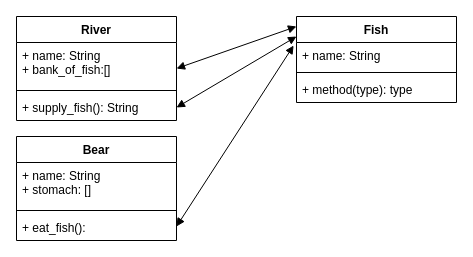
Before: homework.drawio in rumrog/w02d2_ruby_bear_river_fish, a draw.io diagram. Source tidied: cells renumbered, new cells numbered last; positions are measured from the earlier drawing's top-left corner, leaving out a move shared by most shapes. Both pictures are drawn from the tidied source at 100%, with x=0, y=0 at pixel (16, 16).
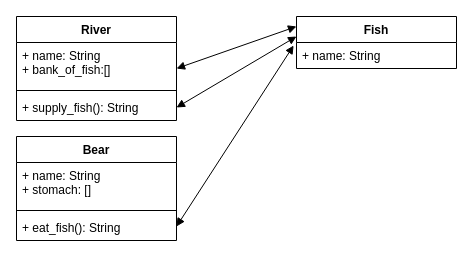
Above is the later version.

Commit message (it also covers changes not shown here):
RiverTest#03 test_add_fish_to_river PASS

Diff of the diagram source:
```diff
@@
 <mxGraphModel>
   <root>
     <mxCell id="0" />
     <mxCell id="1" parent="0" />
     <mxCell id="2" value="River" style="swimlane;fontStyle=1;align=center;verticalAlign=top;horizontal=1;startSize=26;" parent="1" vertex="1">
       <mxGeometry width="160" height="104" as="geometry" />
     </mxCell>
     <mxCell id="3" style="endArrow=block;startArrow=block;endFill=1;startFill=1;html=1;exitX=1;exitY=0.5;exitDx=0;exitDy=0;" parent="2" edge="1" source="6">
       <mxGeometry relative="1" as="geometry">
         <mxPoint x="280" y="20" as="targetPoint" />
       </mxGeometry>
     </mxCell>
     <mxCell id="4" value="+ name: String&#10;+ bank_of_fish:[]" style="text;strokeColor=none;fillColor=none;align=left;verticalAlign=top;spacingLeft=4;spacingRight=4;overflow=hidden;" parent="2" vertex="1">
       <mxGeometry y="26" width="160" height="44" as="geometry" />
     </mxCell>
     <mxCell id="5" style="line;strokeWidth=1;fillColor=none;align=left;verticalAlign=middle;spacingTop=-1;spacingLeft=3;spacingRight=3;labelPosition=right;" parent="2" vertex="1">
       <mxGeometry y="70" width="160" height="8" as="geometry" />
     </mxCell>
     <mxCell id="6" value="+ supply_fish(): String" style="text;strokeColor=none;fillColor=none;align=left;verticalAlign=top;spacingLeft=4;spacingRight=4;overflow=hidden;points=[[0,0.5],[1,0.5]];portConstraint=eastwest;" parent="2" vertex="1">
       <mxGeometry y="78" width="160" height="26" as="geometry" />
     </mxCell>
     <mxCell id="7" value="Fish" style="swimlane;fontStyle=1;align=center;verticalAlign=top;horizontal=1;startSize=26;" parent="1" vertex="1">
-      <mxGeometry x="280" width="160" height="86" as="geometry" />
+      <mxGeometry x="280" width="160" height="52" as="geometry" />
     </mxCell>
     <mxCell id="8" value="+ name: String" style="text;strokeColor=none;fillColor=none;align=left;verticalAlign=top;spacingLeft=4;spacingRight=4;overflow=hidden;points=[[0,0.5],[1,0.5]];portConstraint=eastwest;" parent="7" vertex="1">
       <mxGeometry y="26" width="160" height="26" as="geometry" />
     </mxCell>
-    <mxCell id="9" style="line;strokeWidth=1;fillColor=none;align=left;verticalAlign=middle;spacingTop=-1;spacingLeft=3;spacingRight=3;labelPosition=right;" parent="7" vertex="1">
-      <mxGeometry y="52" width="160" height="8" as="geometry" />
-    </mxCell>
-    <mxCell id="10" value="+ method(type): type" style="text;strokeColor=none;fillColor=none;align=left;verticalAlign=top;spacingLeft=4;spacingRight=4;overflow=hidden;" parent="7" vertex="1">
-      <mxGeometry y="60" width="160" height="26" as="geometry" />
-    </mxCell>
     <mxCell id="11" style="endArrow=block;startArrow=block;endFill=1;startFill=1;html=1;exitX=1;exitY=0.5;exitDx=0;exitDy=0;" parent="1" edge="1" source="2">
       <mxGeometry relative="1" as="geometry">
         <mxPoint x="280" y="10" as="targetPoint" />
       </mxGeometry>
     </mxCell>
     <mxCell id="12" value="Bear" style="swimlane;fontStyle=1;align=center;verticalAlign=top;horizontal=1;startSize=26;" parent="1" vertex="1">
       <mxGeometry y="120" width="160" height="104" as="geometry" />
     </mxCell>
     <mxCell id="13" value="+ name: String&#10;+ stomach: []" style="text;strokeColor=none;fillColor=none;align=left;verticalAlign=top;spacingLeft=4;spacingRight=4;overflow=hidden;" parent="12" vertex="1">
       <mxGeometry y="26" width="160" height="44" as="geometry" />
     </mxCell>
     <mxCell id="14" style="line;strokeWidth=1;fillColor=none;align=left;verticalAlign=middle;spacingTop=-1;spacingLeft=3;spacingRight=3;labelPosition=right;" parent="12" vertex="1">
       <mxGeometry y="70" width="160" height="8" as="geometry" />
     </mxCell>
-    <mxCell id="15" value="+ eat_fish():" style="text;strokeColor=none;fillColor=none;align=left;verticalAlign=top;spacingLeft=4;spacingRight=4;overflow=hidden;" parent="12" vertex="1">
+    <mxCell id="15" value="+ eat_fish(): String" style="text;strokeColor=none;fillColor=none;align=left;verticalAlign=top;spacingLeft=4;spacingRight=4;overflow=hidden;" parent="12" vertex="1">
       <mxGeometry y="78" width="160" height="26" as="geometry" />
     </mxCell>
     <mxCell id="16" style="endArrow=block;startArrow=block;endFill=1;startFill=1;html=1;entryX=-0.018;entryY=0.116;entryDx=0;entryDy=0;entryPerimeter=0;" parent="1" edge="1" target="8">
       <mxGeometry relative="1" as="geometry">
         <mxPoint x="160" y="210" as="sourcePoint" />
       </mxGeometry>
     </mxCell>
   </root>
 </mxGraphModel>
```
